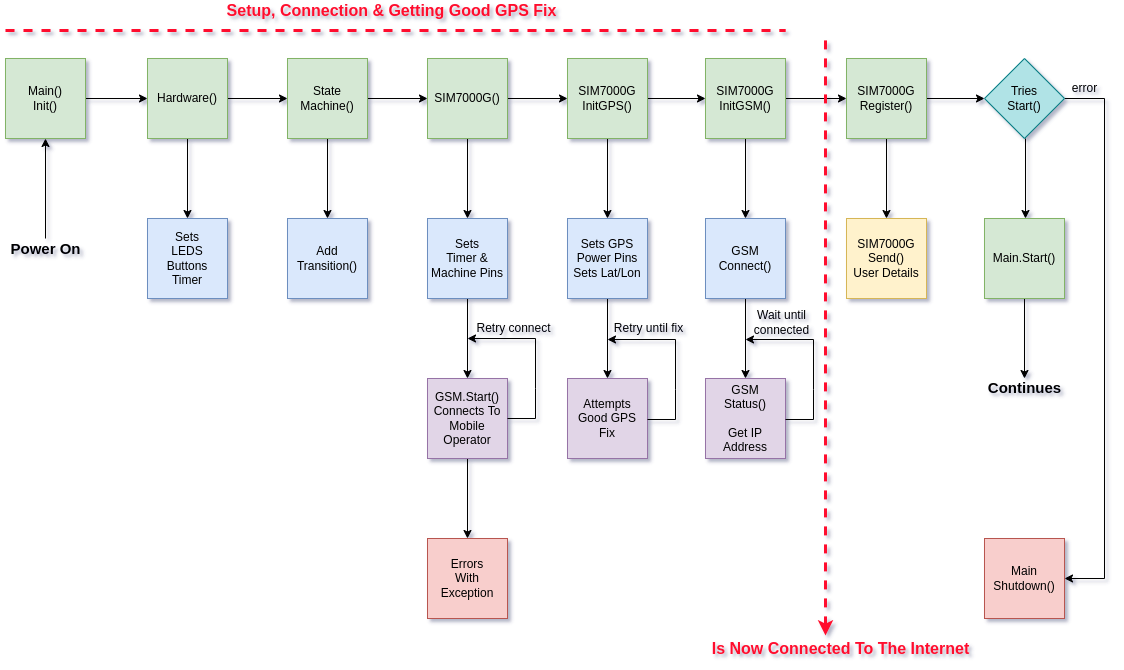
Earlier version of the draw.io export WikiFiles/CAR1.drawio.png (18684092/CAR). Source tidied: cells renumbered, new cells last; positions are measured from the earlier drawing's top-left corner, leaving out a move shared by most shapes.
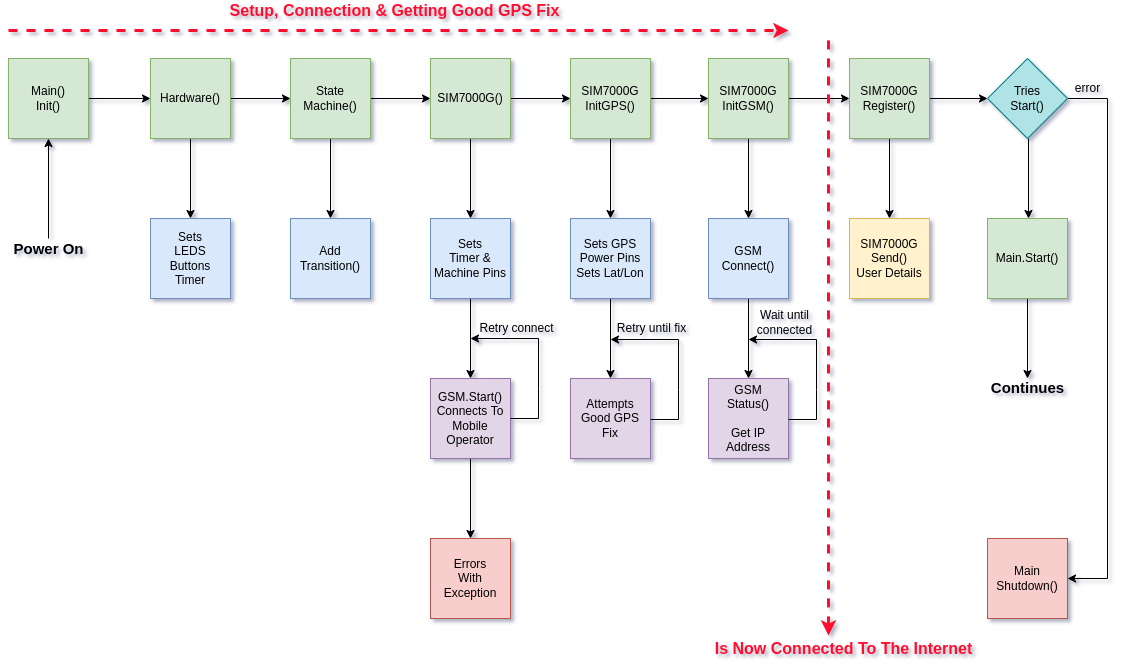
The same diagram one commit later.

The edit, as a diff of the source:
```diff
@@ -194,7 +194,7 @@
     <mxCell id="53" value="&lt;font style=&quot;font-size: 16px&quot; color=&quot;#ff0d2d&quot;&gt;&lt;b&gt;Is Now Connected To The Internet&lt;/b&gt;&lt;/font&gt;" style="text;html=1;align=center;verticalAlign=middle;strokeColor=none;fillColor=none;" parent="1" vertex="1">
       <mxGeometry x="705" y="638" width="270" height="20" as="geometry" />
     </mxCell>
-    <mxCell id="54" style="endArrow=none;dashed=1;html=1;rounded=0;fontSize=16;fontColor=#FF0D2D;strokeColor=#FF0D2D;strokeWidth=3;" parent="1" edge="1">
+    <mxCell id="54" style="endArrow=classic;dashed=1;html=1;rounded=0;fontSize=16;fontColor=#FF0D2D;strokeColor=#FF0D2D;strokeWidth=3;startArrow=none;startFill=0;endFill=1;" parent="1" edge="1">
       <mxGeometry relative="1" as="geometry">
         <mxPoint x="5" y="30" as="sourcePoint" />
         <mxPoint x="785" y="30" as="targetPoint" />
```
